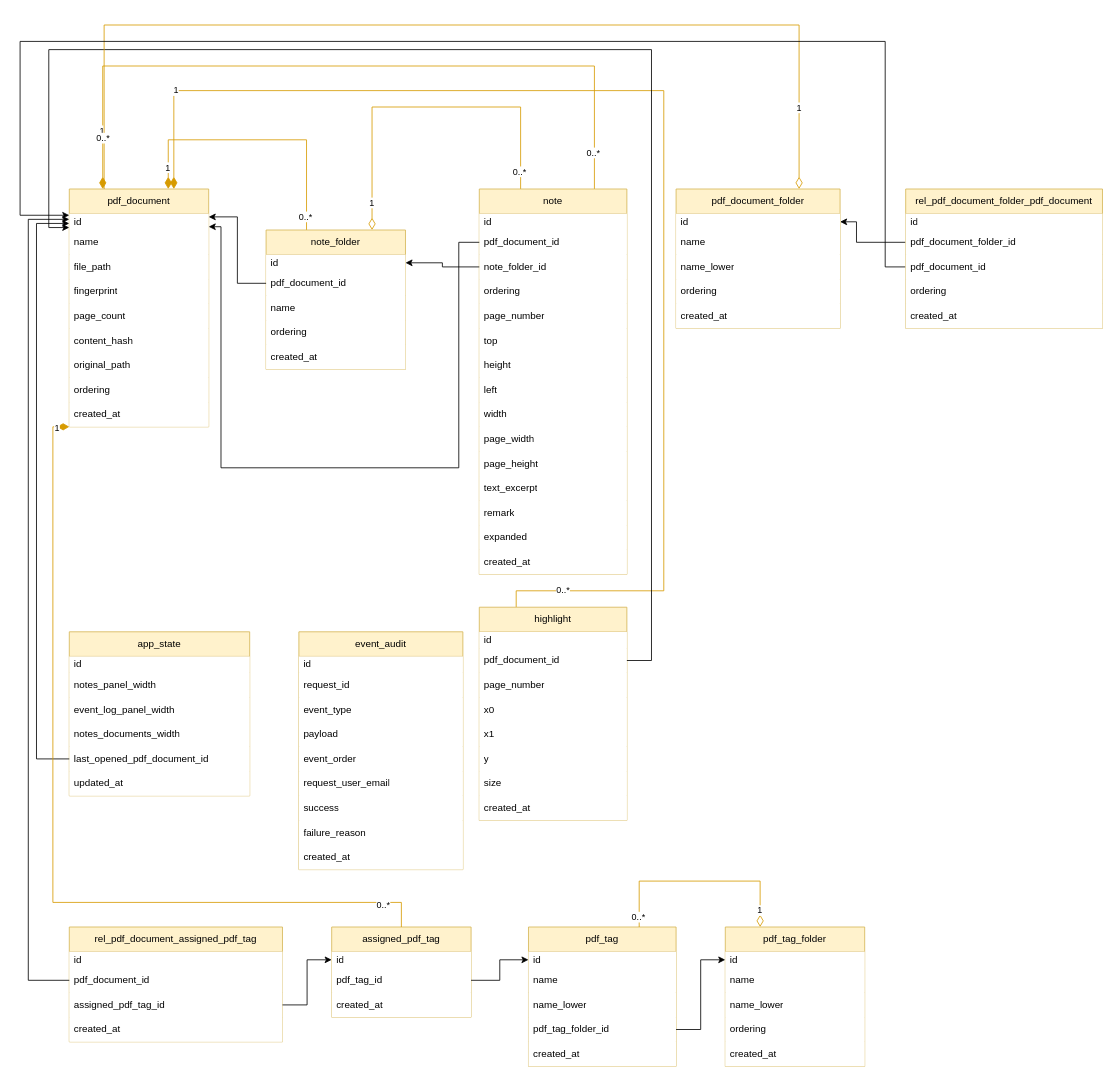
This is backend/prisma/draw.io/schema.drawio from machingclee/focusable-pdf-reader, a draw.io file, before an edit. Source tidied: cells renumbered, new cells numbered last; positions are measured from the earlier drawing's top-left corner, leaving out a move shared by most shapes. Both pictures are drawn from the tidied source at 82%, with x=0, y=0 at pixel (20, 25).
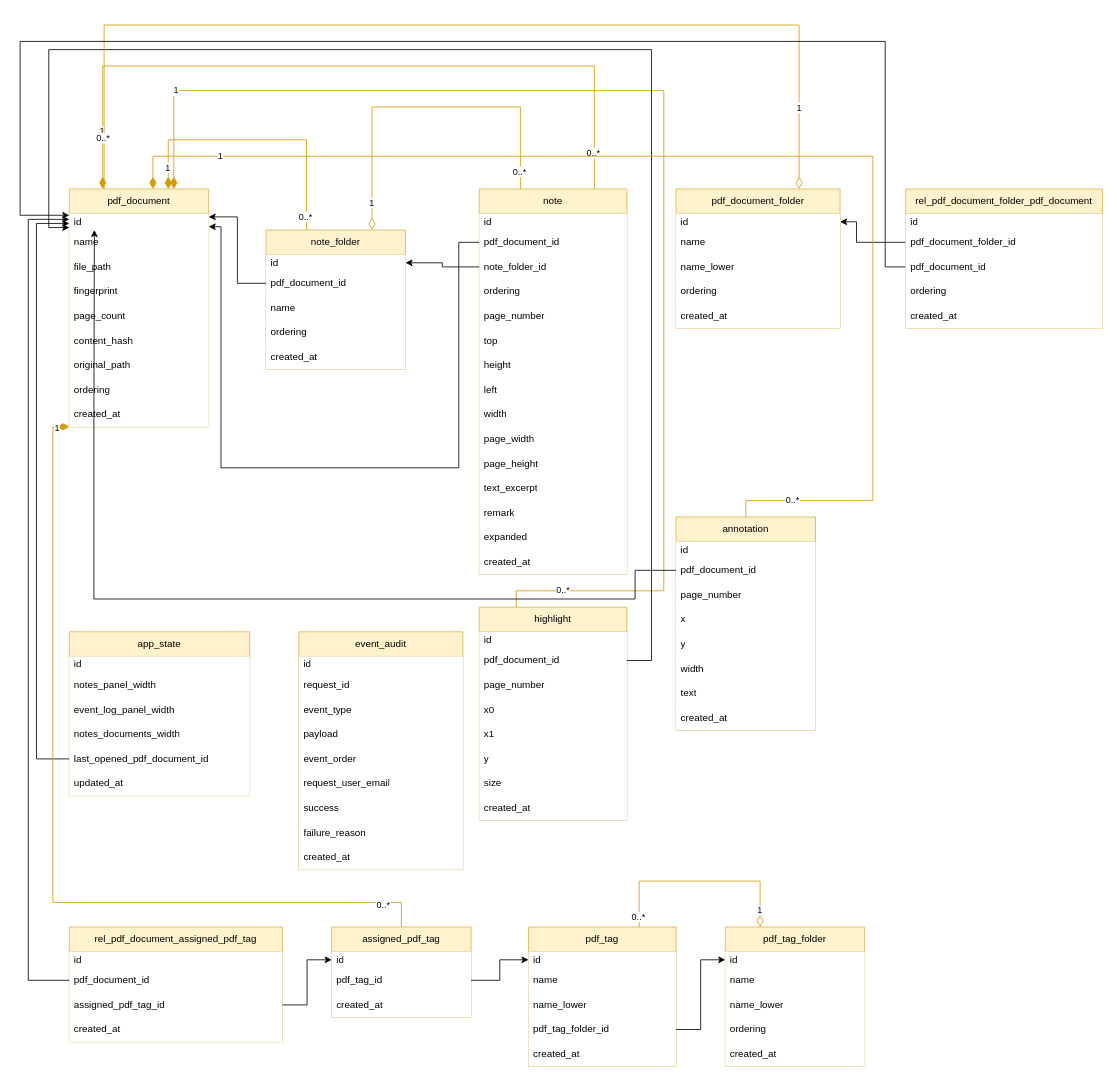
Above is the later version.

Unchanged cells that the change refers to:
```xml
<mxCell id="14" value="pdf_document" style="swimlane;fontStyle=0;horizontal=1;startSize=30;whiteSpace=wrap;html=1;fillColor=#fff2cc;strokeColor=#d6b656;" parent="1" vertex="1">
  <mxGeometry x="60" y="200" width="170" height="290" as="geometry" />
</mxCell>
<mxCell id="15" value="id" style="text;align=left;verticalAlign=middle;spacingLeft=4;spacingRight=4;overflow=hidden;points=[[0,0.5],[1,0.5]];portConstraint=eastwest;whiteSpace=wrap;html=1;fillColor=default;" parent="14" vertex="1">
  <mxGeometry y="30" width="170" height="20" as="geometry" />
</mxCell>
```

Diff of the diagram source:
```diff
@@
+    <mxCell id="125" value="annotation" style="swimlane;fontStyle=0;horizontal=1;startSize=30;whiteSpace=wrap;html=1;fillColor=#fff2cc;strokeColor=#d6b656;" parent="1" vertex="1">
+      <mxGeometry x="800" y="600" width="170" height="260" as="geometry" />
+    </mxCell>
+    <mxCell id="126" value="id" style="text;align=left;verticalAlign=middle;spacingLeft=4;spacingRight=4;overflow=hidden;whiteSpace=wrap;html=1;fillColor=default;" parent="125" vertex="1">
+      <mxGeometry y="30" width="170" height="20" as="geometry" />
+    </mxCell>
+    <mxCell id="127" value="pdf_document_id" style="text;align=left;verticalAlign=middle;spacingLeft=4;spacingRight=4;overflow=hidden;points=[[0,0.5],[1,0.5]];portConstraint=eastwest;whiteSpace=wrap;html=1;fillColor=default;" parent="125" vertex="1">
+      <mxGeometry y="50" width="170" height="30" as="geometry" />
+    </mxCell>
+    <mxCell id="128" value="page_number" style="text;align=left;verticalAlign=middle;spacingLeft=4;spacingRight=4;overflow=hidden;whiteSpace=wrap;html=1;fillColor=default;" parent="125" vertex="1">
+      <mxGeometry y="80" width="170" height="30" as="geometry" />
+    </mxCell>
+    <mxCell id="129" value="x" style="text;align=left;verticalAlign=middle;spacingLeft=4;spacingRight=4;overflow=hidden;whiteSpace=wrap;html=1;fillColor=default;" parent="125" vertex="1">
+      <mxGeometry y="110" width="170" height="30" as="geometry" />
+    </mxCell>
+    <mxCell id="130" value="y" style="text;align=left;verticalAlign=middle;spacingLeft=4;spacingRight=4;overflow=hidden;whiteSpace=wrap;html=1;fillColor=default;" parent="125" vertex="1">
+      <mxGeometry y="140" width="170" height="30" as="geometry" />
+    </mxCell>
+    <mxCell id="131" value="width" style="text;align=left;verticalAlign=middle;spacingLeft=4;spacingRight=4;overflow=hidden;whiteSpace=wrap;html=1;fillColor=default;" parent="125" vertex="1">
+      <mxGeometry y="170" width="170" height="30" as="geometry" />
+    </mxCell>
+    <mxCell id="132" value="text" style="text;align=left;verticalAlign=middle;spacingLeft=4;spacingRight=4;overflow=hidden;whiteSpace=wrap;html=1;fillColor=default;" parent="125" vertex="1">
+      <mxGeometry y="200" width="170" height="30" as="geometry" />
+    </mxCell>
+    <mxCell id="133" value="created_at" style="text;align=left;verticalAlign=middle;spacingLeft=4;spacingRight=4;overflow=hidden;whiteSpace=wrap;html=1;fillColor=default;" parent="125" vertex="1">
+      <mxGeometry y="230" width="170" height="30" as="geometry" />
+    </mxCell>
+    <mxCell id="134" style="edgeStyle=orthogonalEdgeStyle;rounded=0;jettySize=auto;html=1;exitX=0.6;exitY=0;exitDx=0;exitDy=0;entryX=0.5;entryY=0;entryDx=0;entryDy=0;fillColor=#ffe6cc;strokeColor=#d79b00;startArrow=diamondThin;startFill=1;startSize=12;endArrow=none;endFill=0;" parent="1" edge="1" source="14" target="125">
+      <mxGeometry relative="1" as="geometry">
+        <Array as="points">
+          <mxPoint x="162" y="160" />
+          <mxPoint x="1040" y="160" />
+          <mxPoint x="1040" y="580" />
+          <mxPoint x="885" y="580" />
+        </Array>
+      </mxGeometry>
+    </mxCell>
+    <mxCell id="135" value="1" style="edgeLabel;html=1;align=center;verticalAlign=middle;" parent="134" vertex="1">
+      <mxGeometry x="-0.84" y="1" relative="1" as="geometry" />
+    </mxCell>
+    <mxCell id="136" value="0..*" style="edgeLabel;html=1;align=center;verticalAlign=middle;" parent="134" vertex="1">
+      <mxGeometry x="0.9" y="-2" relative="1" as="geometry" />
+    </mxCell>
+    <mxCell id="137" style="edgeStyle=orthogonalEdgeStyle;rounded=0;jettySize=auto;html=1;exitX=0;exitY=0.5;exitDx=0;exitDy=0;entryX=0.18;entryY=1;entryDx=0;entryDy=0;" parent="1" edge="1" source="127" target="15">
+      <mxGeometry relative="1" as="geometry">
+        <Array as="points">
+          <mxPoint x="750" y="665" />
+          <mxPoint x="750" y="700" />
+          <mxPoint x="90" y="700" />
+          <mxPoint x="90" y="490" />
+        </Array>
+      </mxGeometry>
+    </mxCell>
```
